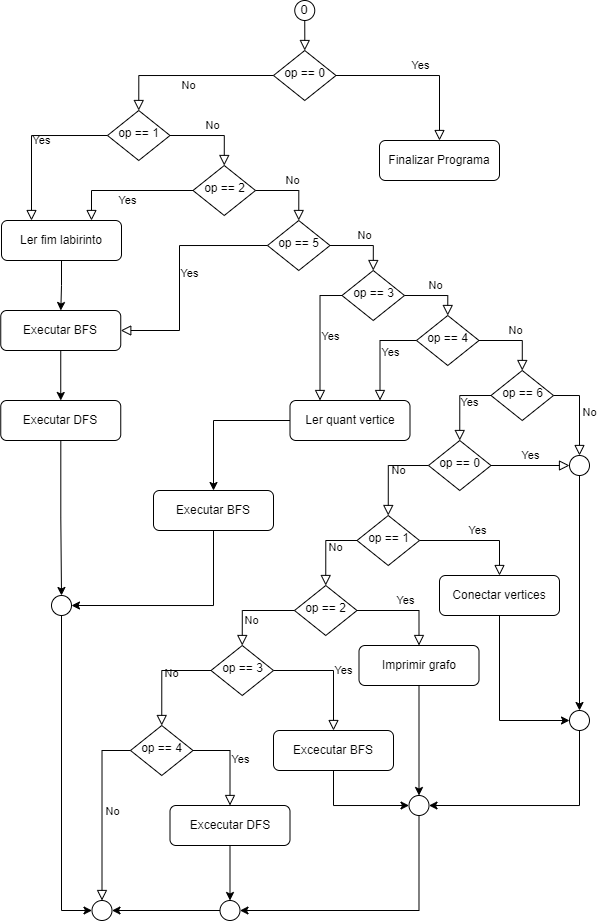
Above: src/files/imgs/diagramaFluxo.png in danieldiv/trabalho-grafo (draw.io), before the change. Source tidied: cells renumbered, new cells last; positions are measured from the earlier drawing's top-left corner, leaving out a move shared by most shapes.
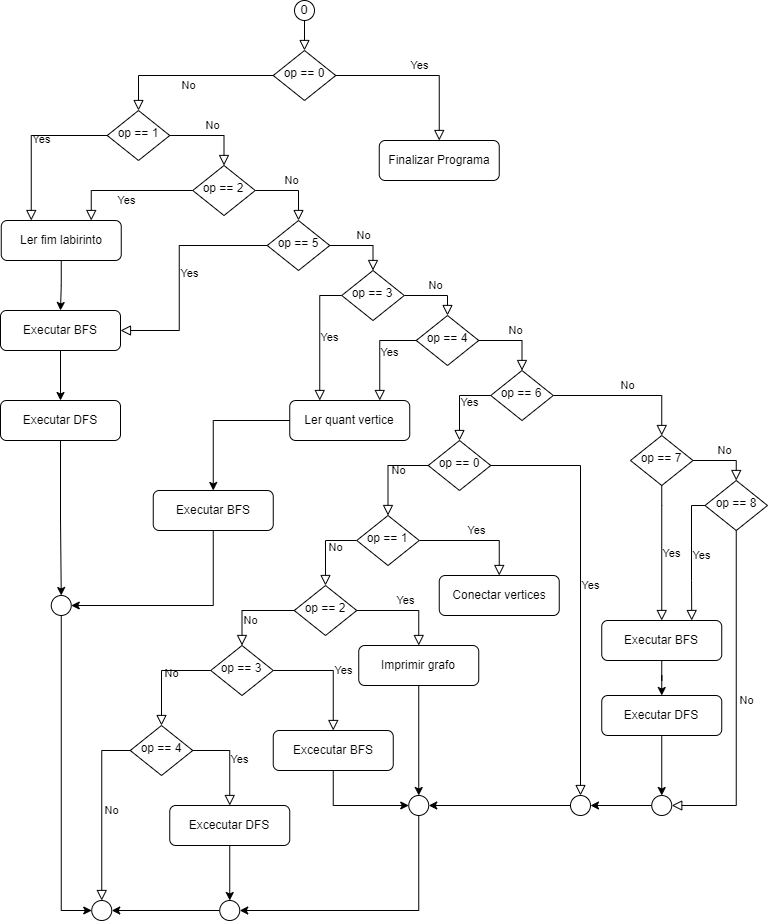
The same diagram one commit later.

Change to the diagram source:
```diff
@@ -8,3 +8,3 @@
     <mxCell id="3" value="op == 0" style="rhombus;whiteSpace=wrap;html=1;shadow=0;fontFamily=Helvetica;fontSize=12;align=center;strokeWidth=1;spacing=6;spacingTop=-4;" parent="1" vertex="1">
-      <mxGeometry x="273" y="50" width="62.5" height="50" as="geometry" />
+      <mxGeometry x="272.9" y="50" width="62.5" height="50" as="geometry" />
     </mxCell>
@@ -13,4 +13,4 @@
         <Array as="points">
-          <mxPoint x="304" y="40" />
-          <mxPoint x="304" y="40" />
+          <mxPoint x="303.9" y="40" />
+          <mxPoint x="303.9" y="40" />
         </Array>
@@ -28,3 +28,3 @@
     <mxCell id="8" value="op == 2" style="rhombus;whiteSpace=wrap;html=1;shadow=0;fontFamily=Helvetica;fontSize=12;align=center;strokeWidth=1;spacing=6;spacingTop=-4;" parent="1" vertex="1">
-      <mxGeometry x="192.5" y="165" width="62.5" height="50" as="geometry" />
+      <mxGeometry x="192.4" y="165" width="62.5" height="50" as="geometry" />
     </mxCell>
@@ -32,3 +32,3 @@
       <mxGeometry y="10" relative="1" as="geometry">
-        <mxPoint x="255" y="190" as="sourcePoint" />
+        <mxPoint x="254.9" y="190" as="sourcePoint" />
       </mxGeometry>
@@ -36,3 +36,3 @@
     <mxCell id="10" value="op == 5" style="rhombus;whiteSpace=wrap;html=1;shadow=0;fontFamily=Helvetica;fontSize=12;align=center;strokeWidth=1;spacing=6;spacingTop=-4;" parent="1" vertex="1">
-      <mxGeometry x="267" y="220" width="62.5" height="50" as="geometry" />
+      <mxGeometry x="266.9" y="220" width="62.5" height="50" as="geometry" />
     </mxCell>
@@ -42,3 +42,3 @@
     <mxCell id="12" value="op == 3" style="rhombus;whiteSpace=wrap;html=1;shadow=0;fontFamily=Helvetica;fontSize=12;align=center;strokeWidth=1;spacing=6;spacingTop=-4;" parent="1" vertex="1">
-      <mxGeometry x="341.5" y="270" width="62.5" height="50" as="geometry" />
+      <mxGeometry x="341.4" y="270" width="62.5" height="50" as="geometry" />
     </mxCell>
@@ -48,3 +48,3 @@
     <mxCell id="14" value="op == 4" style="rhombus;whiteSpace=wrap;html=1;shadow=0;fontFamily=Helvetica;fontSize=12;align=center;strokeWidth=1;spacing=6;spacingTop=-4;" parent="1" vertex="1">
-      <mxGeometry x="416" y="315" width="62.5" height="50" as="geometry" />
+      <mxGeometry x="415.9" y="315" width="62.5" height="50" as="geometry" />
     </mxCell>
@@ -54,3 +54,3 @@
     <mxCell id="16" value="op == 6" style="rhombus;whiteSpace=wrap;html=1;shadow=0;fontFamily=Helvetica;fontSize=12;align=center;strokeWidth=1;spacing=6;spacingTop=-4;" parent="1" vertex="1">
-      <mxGeometry x="490.5" y="370" width="62.5" height="50" as="geometry" />
+      <mxGeometry x="490.4" y="370" width="62.5" height="50" as="geometry" />
     </mxCell>
@@ -66,3 +66,3 @@
     <mxCell id="20" value="Finalizar Programa" style="rounded=1;whiteSpace=wrap;html=1;fontSize=12;glass=0;strokeWidth=1;shadow=0;" parent="1" vertex="1">
-      <mxGeometry x="379" y="140" width="120" height="40" as="geometry" />
+      <mxGeometry x="378.9" y="140" width="120" height="40" as="geometry" />
     </mxCell>
@@ -90,3 +90,3 @@
     <mxCell id="28" value="Ler quant vertice" style="rounded=1;whiteSpace=wrap;html=1;fontSize=12;glass=0;strokeWidth=1;shadow=0;" parent="1" vertex="1">
-      <mxGeometry x="289.5" y="400" width="120" height="40" as="geometry" />
+      <mxGeometry x="289.4" y="400" width="120" height="40" as="geometry" />
     </mxCell>
@@ -95,3 +95,3 @@
         <Array as="points">
-          <mxPoint x="213" y="605" />
+          <mxPoint x="212.9" y="605" />
         </Array>
@@ -100,3 +100,3 @@
     <mxCell id="30" value="Executar BFS" style="rounded=1;whiteSpace=wrap;html=1;fontSize=12;glass=0;strokeWidth=1;shadow=0;" parent="1" vertex="1">
-      <mxGeometry x="153" y="490" width="120" height="40" as="geometry" />
+      <mxGeometry x="152.9" y="490" width="120" height="40" as="geometry" />
     </mxCell>
@@ -111,4 +111,4 @@
         <Array as="points">
-          <mxPoint x="179" y="245" />
-          <mxPoint x="179" y="330" />
+          <mxPoint x="178.9" y="245" />
+          <mxPoint x="178.9" y="330" />
         </Array>
@@ -117,3 +117,3 @@
     <mxCell id="34" value="op == 0" style="rhombus;whiteSpace=wrap;html=1;shadow=0;fontFamily=Helvetica;fontSize=12;align=center;strokeWidth=1;spacing=6;spacingTop=-4;" parent="1" vertex="1">
-      <mxGeometry x="428" y="440" width="62.5" height="50" as="geometry" />
+      <mxGeometry x="427.9" y="440" width="62.5" height="50" as="geometry" />
     </mxCell>
@@ -123,3 +123,3 @@
     <mxCell id="36" value="op == 1" style="rhombus;whiteSpace=wrap;html=1;shadow=0;fontFamily=Helvetica;fontSize=12;align=center;strokeWidth=1;spacing=6;spacingTop=-4;" parent="1" vertex="1">
-      <mxGeometry x="356.5" y="515" width="62.5" height="50" as="geometry" />
+      <mxGeometry x="356.4" y="515" width="62.5" height="50" as="geometry" />
     </mxCell>
@@ -129,3 +129,3 @@
     <mxCell id="38" value="op == 2" style="rhombus;whiteSpace=wrap;html=1;shadow=0;fontFamily=Helvetica;fontSize=12;align=center;strokeWidth=1;spacing=6;spacingTop=-4;" parent="1" vertex="1">
-      <mxGeometry x="294" y="585" width="62.5" height="50" as="geometry" />
+      <mxGeometry x="293.9" y="585" width="62.5" height="50" as="geometry" />
     </mxCell>
@@ -135,3 +135,3 @@
     <mxCell id="40" value="op == 3" style="rhombus;whiteSpace=wrap;html=1;shadow=0;fontFamily=Helvetica;fontSize=12;align=center;strokeWidth=1;spacing=6;spacingTop=-4;" parent="1" vertex="1">
-      <mxGeometry x="210.5" y="645" width="62.5" height="50" as="geometry" />
+      <mxGeometry x="210.4" y="645" width="62.5" height="50" as="geometry" />
     </mxCell>
@@ -141,3 +141,3 @@
     <mxCell id="42" value="op == 4" style="rhombus;whiteSpace=wrap;html=1;shadow=0;fontFamily=Helvetica;fontSize=12;align=center;strokeWidth=1;spacing=6;spacingTop=-4;" parent="1" vertex="1">
-      <mxGeometry x="130" y="725" width="62.5" height="50" as="geometry" />
+      <mxGeometry x="129.9" y="725" width="62.5" height="50" as="geometry" />
     </mxCell>
@@ -146,11 +146,4 @@
     </mxCell>
-    <mxCell id="44" style="edgeStyle=orthogonalEdgeStyle;rounded=0;jettySize=auto;html=1;entryX=0;entryY=0.5;entryDx=0;entryDy=0;" parent="1" edge="1" source="45" target="69">
-      <mxGeometry relative="1" as="geometry">
-        <Array as="points">
-          <mxPoint x="499" y="720" />
-        </Array>
-      </mxGeometry>
-    </mxCell>
     <mxCell id="45" value="Conectar vertices" style="rounded=1;whiteSpace=wrap;html=1;fontSize=12;glass=0;strokeWidth=1;shadow=0;" parent="1" vertex="1">
-      <mxGeometry x="439" y="575" width="120" height="40" as="geometry" />
+      <mxGeometry x="438.9" y="575" width="120" height="40" as="geometry" />
     </mxCell>
@@ -163,3 +156,3 @@
     <mxCell id="48" value="Imprimir grafo" style="rounded=1;whiteSpace=wrap;html=1;fontSize=12;glass=0;strokeWidth=1;shadow=0;" parent="1" vertex="1">
-      <mxGeometry x="358.5" y="645" width="120" height="40" as="geometry" />
+      <mxGeometry x="358.4" y="645" width="120" height="40" as="geometry" />
     </mxCell>
@@ -172,3 +165,3 @@
     <mxCell id="51" value="Excecutar BFS" style="rounded=1;whiteSpace=wrap;html=1;fontSize=12;glass=0;strokeWidth=1;shadow=0;" parent="1" vertex="1">
-      <mxGeometry x="273" y="730" width="120" height="40" as="geometry" />
+      <mxGeometry x="272.9" y="730" width="120" height="40" as="geometry" />
     </mxCell>
@@ -181,3 +174,3 @@
     <mxCell id="54" value="Excecutar DFS" style="rounded=1;whiteSpace=wrap;html=1;fontSize=12;glass=0;strokeWidth=1;shadow=0;" parent="1" vertex="1">
-      <mxGeometry x="169.5" y="805" width="120" height="40" as="geometry" />
+      <mxGeometry x="169.4" y="805" width="120" height="40" as="geometry" />
     </mxCell>
@@ -186,11 +179,2 @@
     </mxCell>
-    <mxCell id="56" value="No" style="edgeStyle=orthogonalEdgeStyle;rounded=0;html=1;jettySize=auto;fontSize=11;endArrow=block;endFill=0;endSize=8;strokeWidth=1;shadow=0;labelBackgroundColor=none;entryX=0.5;entryY=0;entryDx=0;entryDy=0;exitX=1;exitY=0.5;exitDx=0;exitDy=0;" parent="1" edge="1" source="16" target="58">
-      <mxGeometry y="10" relative="1" as="geometry" />
-    </mxCell>
-    <mxCell id="57" style="edgeStyle=orthogonalEdgeStyle;rounded=0;jettySize=auto;html=1;" parent="1" edge="1" source="58" target="69">
-      <mxGeometry relative="1" as="geometry" />
-    </mxCell>
-    <mxCell id="58" style="ellipse;whiteSpace=wrap;html=1;fontFamily=Verdana;" parent="1" vertex="1">
-      <mxGeometry x="569" y="455" width="20" height="20" as="geometry" />
-    </mxCell>
     <mxCell id="59" style="edgeStyle=orthogonalEdgeStyle;rounded=0;jettySize=auto;html=1;entryX=1;entryY=0.5;entryDx=0;entryDy=0;" parent="1" edge="1" source="60" target="62">
@@ -198,3 +182,3 @@
         <Array as="points">
-          <mxPoint x="419" y="910" />
+          <mxPoint x="418.9" y="910" />
         </Array>
@@ -203,3 +187,3 @@
     <mxCell id="60" style="ellipse;whiteSpace=wrap;html=1;fontFamily=Verdana;" parent="1" vertex="1">
-      <mxGeometry x="408.5" y="795" width="20" height="20" as="geometry" />
+      <mxGeometry x="408.4" y="795" width="20" height="20" as="geometry" />
     </mxCell>
@@ -209,3 +193,3 @@
     <mxCell id="62" style="ellipse;whiteSpace=wrap;html=1;fontFamily=Verdana;" parent="1" vertex="1">
-      <mxGeometry x="219.5" y="900" width="20" height="20" as="geometry" />
+      <mxGeometry x="219.4" y="900" width="20" height="20" as="geometry" />
     </mxCell>
@@ -227,15 +211,64 @@
     </mxCell>
-    <mxCell id="67" value="Yes" style="edgeStyle=orthogonalEdgeStyle;rounded=0;html=1;jettySize=auto;fontSize=11;endArrow=block;endFill=0;endSize=8;strokeWidth=1;shadow=0;labelBackgroundColor=none;entryX=0;entryY=0.5;entryDx=0;entryDy=0;exitX=1;exitY=0.5;exitDx=0;exitDy=0;" parent="1" edge="1" source="34" target="58">
-      <mxGeometry y="10" relative="1" as="geometry" />
-    </mxCell>
-    <mxCell id="68" style="edgeStyle=orthogonalEdgeStyle;rounded=0;jettySize=auto;html=1;entryX=1;entryY=0.5;entryDx=0;entryDy=0;" parent="1" edge="1" source="69" target="60">
-      <mxGeometry relative="1" as="geometry">
-        <Array as="points">
-          <mxPoint x="579" y="805" />
-        </Array>
-      </mxGeometry>
-    </mxCell>
-    <mxCell id="69" style="ellipse;whiteSpace=wrap;html=1;fontFamily=Verdana;" parent="1" vertex="1">
-      <mxGeometry x="569" y="710" width="20" height="20" as="geometry" />
-    </mxCell>
+    <mxCell id="70" value="No" style="edgeStyle=orthogonalEdgeStyle;rounded=0;html=1;jettySize=auto;fontSize=11;endArrow=block;endFill=0;endSize=8;strokeWidth=1;shadow=0;labelBackgroundColor=none;entryX=0.5;entryY=0;entryDx=0;entryDy=0;exitX=1;exitY=0.5;exitDx=0;exitDy=0;" parent="1" edge="1" source="16" target="71">
+      <mxGeometry y="10" relative="1" as="geometry" />
+    </mxCell>
+    <mxCell id="71" value="op == 7" style="rhombus;whiteSpace=wrap;html=1;shadow=0;fontFamily=Helvetica;fontSize=12;align=center;strokeWidth=1;spacing=6;spacingTop=-4;" parent="1" vertex="1">
+      <mxGeometry x="630.2" y="435" width="62.5" height="50" as="geometry" />
+    </mxCell>
+    <mxCell id="72" value="No" style="edgeStyle=orthogonalEdgeStyle;rounded=0;html=1;jettySize=auto;fontSize=11;endArrow=block;endFill=0;endSize=8;strokeWidth=1;shadow=0;labelBackgroundColor=none;entryX=0.5;entryY=0;entryDx=0;entryDy=0;exitX=1;exitY=0.5;exitDx=0;exitDy=0;" parent="1" edge="1" source="71" target="73">
+      <mxGeometry y="10" relative="1" as="geometry" />
+    </mxCell>
+    <mxCell id="73" value="op == 8" style="rhombus;whiteSpace=wrap;html=1;shadow=0;fontFamily=Helvetica;fontSize=12;align=center;strokeWidth=1;spacing=6;spacingTop=-4;" parent="1" vertex="1">
+      <mxGeometry x="704.7" y="480" width="62.5" height="50" as="geometry" />
+    </mxCell>
+    <mxCell id="74" style="edgeStyle=orthogonalEdgeStyle;rounded=0;jettySize=auto;html=1;fontFamily=Verdana;" parent="1" edge="1" source="75" target="77">
+      <mxGeometry relative="1" as="geometry" />
+    </mxCell>
+    <mxCell id="75" value="Executar BFS" style="rounded=1;whiteSpace=wrap;html=1;fontSize=12;glass=0;strokeWidth=1;shadow=0;" parent="1" vertex="1">
+      <mxGeometry x="601.5" y="620" width="120" height="40" as="geometry" />
+    </mxCell>
+    <mxCell id="76" style="edgeStyle=orthogonalEdgeStyle;rounded=0;jettySize=auto;html=1;" parent="1" edge="1" source="77" target="85">
+      <mxGeometry relative="1" as="geometry" />
+    </mxCell>
+    <mxCell id="77" value="Executar DFS" style="rounded=1;whiteSpace=wrap;html=1;fontSize=12;glass=0;strokeWidth=1;shadow=0;" parent="1" vertex="1">
+      <mxGeometry x="601.5" y="695" width="120" height="40" as="geometry" />
+    </mxCell>
+    <mxCell id="78" value="Yes" style="edgeStyle=orthogonalEdgeStyle;rounded=0;html=1;jettySize=auto;fontSize=11;endArrow=block;endFill=0;endSize=8;strokeWidth=1;shadow=0;labelBackgroundColor=none;exitX=1;exitY=0.5;exitDx=0;exitDy=0;entryX=0.5;entryY=0;entryDx=0;entryDy=0;" parent="1" edge="1" source="34" target="82">
+      <mxGeometry y="10" relative="1" as="geometry">
+        <Array as="points">
+          <mxPoint x="580.2" y="465" />
+        </Array>
+      </mxGeometry>
+    </mxCell>
+    <mxCell id="79" value="Yes" style="edgeStyle=orthogonalEdgeStyle;rounded=0;html=1;jettySize=auto;fontSize=11;endArrow=block;endFill=0;endSize=8;strokeWidth=1;shadow=0;labelBackgroundColor=none;exitX=0;exitY=0.5;exitDx=0;exitDy=0;entryX=0.75;entryY=0;entryDx=0;entryDy=0;" parent="1" edge="1" source="73" target="75">
+      <mxGeometry y="10" relative="1" as="geometry">
+        <Array as="points">
+          <mxPoint x="691.2" y="505" />
+          <mxPoint x="691.2" y="580" />
+        </Array>
+      </mxGeometry>
+    </mxCell>
+    <mxCell id="80" value="Yes" style="edgeStyle=orthogonalEdgeStyle;rounded=0;html=1;jettySize=auto;fontSize=11;endArrow=block;endFill=0;endSize=8;strokeWidth=1;shadow=0;labelBackgroundColor=none;exitX=0.5;exitY=1;exitDx=0;exitDy=0;entryX=0.5;entryY=0;entryDx=0;entryDy=0;" parent="1" edge="1" source="71" target="75">
+      <mxGeometry y="10" relative="1" as="geometry">
+        <Array as="points">
+          <mxPoint x="661.2" y="505" />
+          <mxPoint x="661.2" y="630" />
+        </Array>
+      </mxGeometry>
+    </mxCell>
+    <mxCell id="81" style="edgeStyle=orthogonalEdgeStyle;rounded=0;jettySize=auto;html=1;entryX=1;entryY=0.5;entryDx=0;entryDy=0;" parent="1" edge="1" source="82" target="60">
+      <mxGeometry relative="1" as="geometry" />
+    </mxCell>
+    <mxCell id="82" style="ellipse;whiteSpace=wrap;html=1;fontFamily=Verdana;" parent="1" vertex="1">
+      <mxGeometry x="570.2" y="795" width="20" height="20" as="geometry" />
+    </mxCell>
+    <mxCell id="83" value="No" style="edgeStyle=orthogonalEdgeStyle;rounded=0;html=1;jettySize=auto;fontSize=11;endArrow=block;endFill=0;endSize=8;strokeWidth=1;shadow=0;labelBackgroundColor=none;exitX=0.5;exitY=1;exitDx=0;exitDy=0;entryX=1;entryY=0.5;entryDx=0;entryDy=0;" parent="1" edge="1" source="73" target="85">
+      <mxGeometry y="10" relative="1" as="geometry" />
+    </mxCell>
+    <mxCell id="84" style="edgeStyle=orthogonalEdgeStyle;rounded=0;jettySize=auto;html=1;entryX=1;entryY=0.5;entryDx=0;entryDy=0;" parent="1" edge="1" source="85" target="82">
+      <mxGeometry relative="1" as="geometry" />
+    </mxCell>
+    <mxCell id="85" style="ellipse;whiteSpace=wrap;html=1;fontFamily=Verdana;" parent="1" vertex="1">
+      <mxGeometry x="651.5" y="795" width="20" height="20" as="geometry" />
+    </mxCell>
   </root>
```
